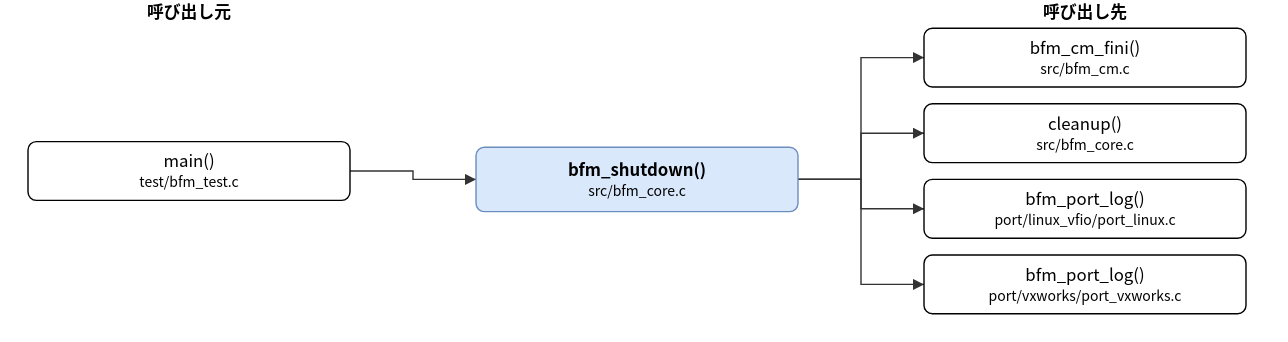
The draw.io diagram doc/spec/images/call_src_bfm_core-bfm_shutdown.drawio.svg in hf355051012-ai/bfmem, before a commit. Source tidied: cells renumbered, new cells last; positions are measured from the earlier drawing's top-left corner, leaving out a move shared by most shapes. Its diagram source:
```xml
<mxGraphModel>
  <root>
    <mxCell id="0" />
    <mxCell id="1" parent="0" />
    <mxCell id="2" value="bfm_shutdown()&lt;br&gt;&lt;font style=&quot;font-size:10px&quot;&gt;src/bfm_core.c&lt;/font&gt;" style="rounded=1;whiteSpace=wrap;html=1;fillColor=#dae8fc;strokeColor=#6c8ebf;fontStyle=1;" parent="1" vertex="1">
      <mxGeometry x="320" y="105" width="230" height="46" as="geometry" />
    </mxCell>
    <mxCell id="3" value="main()&lt;br&gt;&lt;font style=&quot;font-size:10px&quot;&gt;test/bfm_test.c&lt;/font&gt;" style="rounded=1;whiteSpace=wrap;html=1;" parent="1" vertex="1">
      <mxGeometry y="101" width="230" height="42" as="geometry" />
    </mxCell>
    <mxCell id="4" value="bfm_cm_fini()&lt;br&gt;&lt;font style=&quot;font-size:10px&quot;&gt;src/bfm_cm.c&lt;/font&gt;" style="rounded=1;whiteSpace=wrap;html=1;" parent="1" vertex="1">
      <mxGeometry x="640" y="20" width="230" height="42" as="geometry" />
    </mxCell>
    <mxCell id="5" value="cleanup()&lt;br&gt;&lt;font style=&quot;font-size:10px&quot;&gt;src/bfm_core.c&lt;/font&gt;" style="rounded=1;whiteSpace=wrap;html=1;" parent="1" vertex="1">
      <mxGeometry x="640" y="74" width="230" height="42" as="geometry" />
    </mxCell>
    <mxCell id="6" value="bfm_port_log()&lt;br&gt;&lt;font style=&quot;font-size:10px&quot;&gt;port/linux_vfio/port_linux.c&lt;/font&gt;" style="rounded=1;whiteSpace=wrap;html=1;" parent="1" vertex="1">
      <mxGeometry x="640" y="128" width="230" height="42" as="geometry" />
    </mxCell>
    <mxCell id="7" value="bfm_port_log()&lt;br&gt;&lt;font style=&quot;font-size:10px&quot;&gt;port/vxworks/port_vxworks.c&lt;/font&gt;" style="rounded=1;whiteSpace=wrap;html=1;" parent="1" vertex="1">
      <mxGeometry x="640" y="182" width="230" height="42" as="geometry" />
    </mxCell>
    <mxCell id="8" style="edgeStyle=none;html=1;rounded=0;endArrow=block;endFill=1;exitX=1.0000;exitY=0.5000;exitDx=0;exitDy=0;exitPerimeter=0;entryX=0.0000;entryY=0.5000;entryDx=0;entryDy=0;entryPerimeter=0;" parent="1" edge="1" source="3" target="2">
      <mxGeometry relative="1" as="geometry">
        <Array as="points">
          <mxPoint x="275" y="122" />
          <mxPoint x="275" y="128" />
        </Array>
      </mxGeometry>
    </mxCell>
    <mxCell id="9" style="edgeStyle=none;html=1;rounded=0;endArrow=block;endFill=1;exitX=1.0000;exitY=0.5000;exitDx=0;exitDy=0;exitPerimeter=0;entryX=0.0000;entryY=0.5000;entryDx=0;entryDy=0;entryPerimeter=0;" parent="1" edge="1" source="2" target="4">
      <mxGeometry relative="1" as="geometry">
        <Array as="points">
          <mxPoint x="595" y="128" />
          <mxPoint x="595" y="41" />
        </Array>
      </mxGeometry>
    </mxCell>
    <mxCell id="10" style="edgeStyle=none;html=1;rounded=0;endArrow=block;endFill=1;exitX=1.0000;exitY=0.5000;exitDx=0;exitDy=0;exitPerimeter=0;entryX=0.0000;entryY=0.5000;entryDx=0;entryDy=0;entryPerimeter=0;" parent="1" edge="1" source="2" target="5">
      <mxGeometry relative="1" as="geometry">
        <Array as="points">
          <mxPoint x="595" y="128" />
          <mxPoint x="595" y="95" />
        </Array>
      </mxGeometry>
    </mxCell>
    <mxCell id="11" style="edgeStyle=none;html=1;rounded=0;endArrow=block;endFill=1;exitX=1.0000;exitY=0.5000;exitDx=0;exitDy=0;exitPerimeter=0;entryX=0.0000;entryY=0.5000;entryDx=0;entryDy=0;entryPerimeter=0;" parent="1" edge="1" source="2" target="6">
      <mxGeometry relative="1" as="geometry">
        <Array as="points">
          <mxPoint x="595" y="128" />
          <mxPoint x="595" y="149" />
        </Array>
      </mxGeometry>
    </mxCell>
    <mxCell id="12" style="edgeStyle=none;html=1;rounded=0;endArrow=block;endFill=1;exitX=1.0000;exitY=0.5000;exitDx=0;exitDy=0;exitPerimeter=0;entryX=0.0000;entryY=0.5000;entryDx=0;entryDy=0;entryPerimeter=0;" parent="1" edge="1" source="2" target="7">
      <mxGeometry relative="1" as="geometry">
        <Array as="points">
          <mxPoint x="595" y="128" />
          <mxPoint x="595" y="203" />
        </Array>
      </mxGeometry>
    </mxCell>
    <mxCell id="13" value="呼び出し元" style="text;html=1;align=center;fontStyle=1;" parent="1" vertex="1">
      <mxGeometry x="35" width="160" height="18" as="geometry" />
    </mxCell>
    <mxCell id="14" value="呼び出し先" style="text;html=1;align=center;fontStyle=1;" parent="1" vertex="1">
      <mxGeometry x="675" width="160" height="18" as="geometry" />
    </mxCell>
  </root>
</mxGraphModel>
```
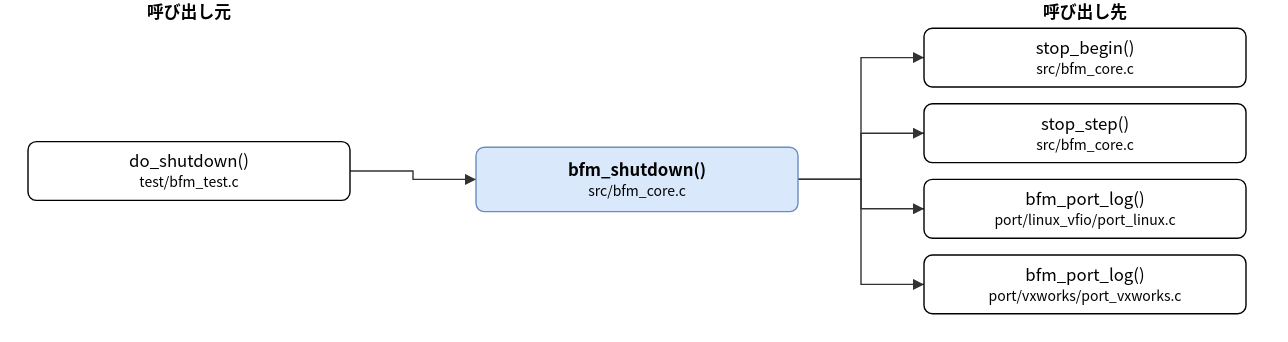
After the commit.

What changed in the source:
```diff
@@ -5,13 +5,13 @@
     <mxCell id="2" value="bfm_shutdown()&lt;br&gt;&lt;font style=&quot;font-size:10px&quot;&gt;src/bfm_core.c&lt;/font&gt;" style="rounded=1;whiteSpace=wrap;html=1;fillColor=#dae8fc;strokeColor=#6c8ebf;fontStyle=1;" parent="1" vertex="1">
       <mxGeometry x="320" y="105" width="230" height="46" as="geometry" />
     </mxCell>
-    <mxCell id="3" value="main()&lt;br&gt;&lt;font style=&quot;font-size:10px&quot;&gt;test/bfm_test.c&lt;/font&gt;" style="rounded=1;whiteSpace=wrap;html=1;" parent="1" vertex="1">
+    <mxCell id="3" value="do_shutdown()&lt;br&gt;&lt;font style=&quot;font-size:10px&quot;&gt;test/bfm_test.c&lt;/font&gt;" style="rounded=1;whiteSpace=wrap;html=1;" parent="1" vertex="1">
       <mxGeometry y="101" width="230" height="42" as="geometry" />
     </mxCell>
-    <mxCell id="4" value="bfm_cm_fini()&lt;br&gt;&lt;font style=&quot;font-size:10px&quot;&gt;src/bfm_cm.c&lt;/font&gt;" style="rounded=1;whiteSpace=wrap;html=1;" parent="1" vertex="1">
+    <mxCell id="4" value="stop_begin()&lt;br&gt;&lt;font style=&quot;font-size:10px&quot;&gt;src/bfm_core.c&lt;/font&gt;" style="rounded=1;whiteSpace=wrap;html=1;" parent="1" vertex="1">
       <mxGeometry x="640" y="20" width="230" height="42" as="geometry" />
     </mxCell>
-    <mxCell id="5" value="cleanup()&lt;br&gt;&lt;font style=&quot;font-size:10px&quot;&gt;src/bfm_core.c&lt;/font&gt;" style="rounded=1;whiteSpace=wrap;html=1;" parent="1" vertex="1">
+    <mxCell id="5" value="stop_step()&lt;br&gt;&lt;font style=&quot;font-size:10px&quot;&gt;src/bfm_core.c&lt;/font&gt;" style="rounded=1;whiteSpace=wrap;html=1;" parent="1" vertex="1">
       <mxGeometry x="640" y="74" width="230" height="42" as="geometry" />
     </mxCell>
     <mxCell id="6" value="bfm_port_log()&lt;br&gt;&lt;font style=&quot;font-size:10px&quot;&gt;port/linux_vfio/port_linux.c&lt;/font&gt;" style="rounded=1;whiteSpace=wrap;html=1;" parent="1" vertex="1">
```
